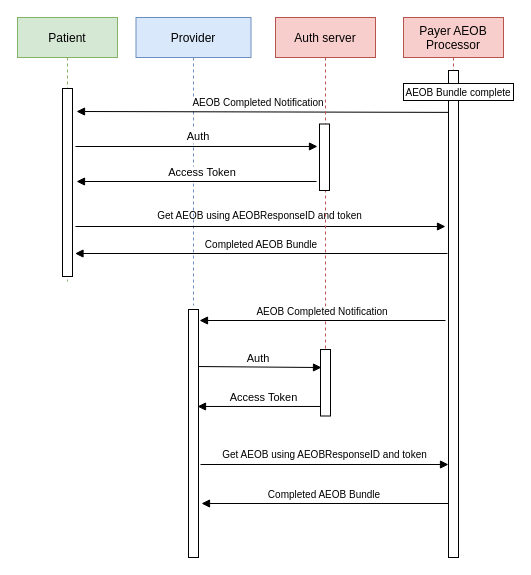
Earlier version of the draw.io diagram input/images/GetAEOB.drawio (HL7/davinci-pct). Source tidied: cells renumbered, new cells numbered last; positions are measured from the earlier drawing's top-left corner, leaving out a move shared by most shapes. Both pictures are drawn from the tidied source at 100%, with x=0, y=0 at pixel (17, 17).
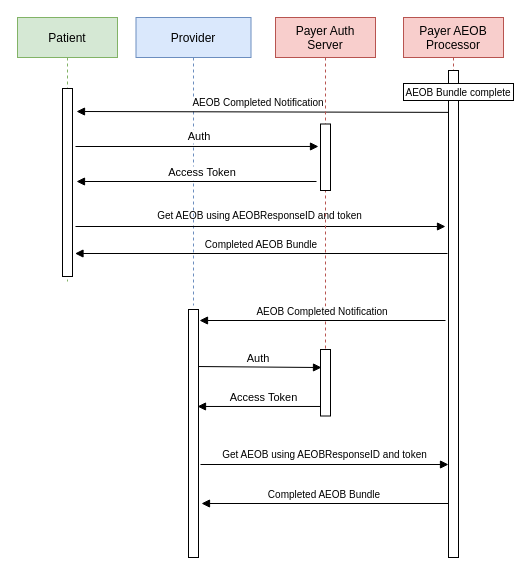
The same diagram, later.

Diff of the diagram source:
```diff
@@
-    <mxCell id="14" value="Auth server" style="shape=umlLifeline;perimeter=lifelinePerimeter;rounded=0;shadow=0;strokeWidth=1;fillColor=#f8cecc;strokeColor=#b85450;" parent="1" vertex="1">
+    <mxCell id="14" value="Payer Auth&#10;Server" style="shape=umlLifeline;perimeter=lifelinePerimeter;rounded=0;shadow=0;strokeWidth=1;fillColor=#f8cecc;strokeColor=#b85450;" parent="1" vertex="1">
       <mxGeometry x="258" width="100" height="399" as="geometry" />
     </mxCell>
     <mxCell id="15" style="points=[];perimeter=orthogonalPerimeter;rounded=0;shadow=0;strokeWidth=1;" parent="1" vertex="1">
-      <mxGeometry x="302" y="106.5" width="10" height="66.5" as="geometry" />
+      <mxGeometry x="303" y="106.5" width="10" height="66.5" as="geometry" />
     </mxCell>
```
